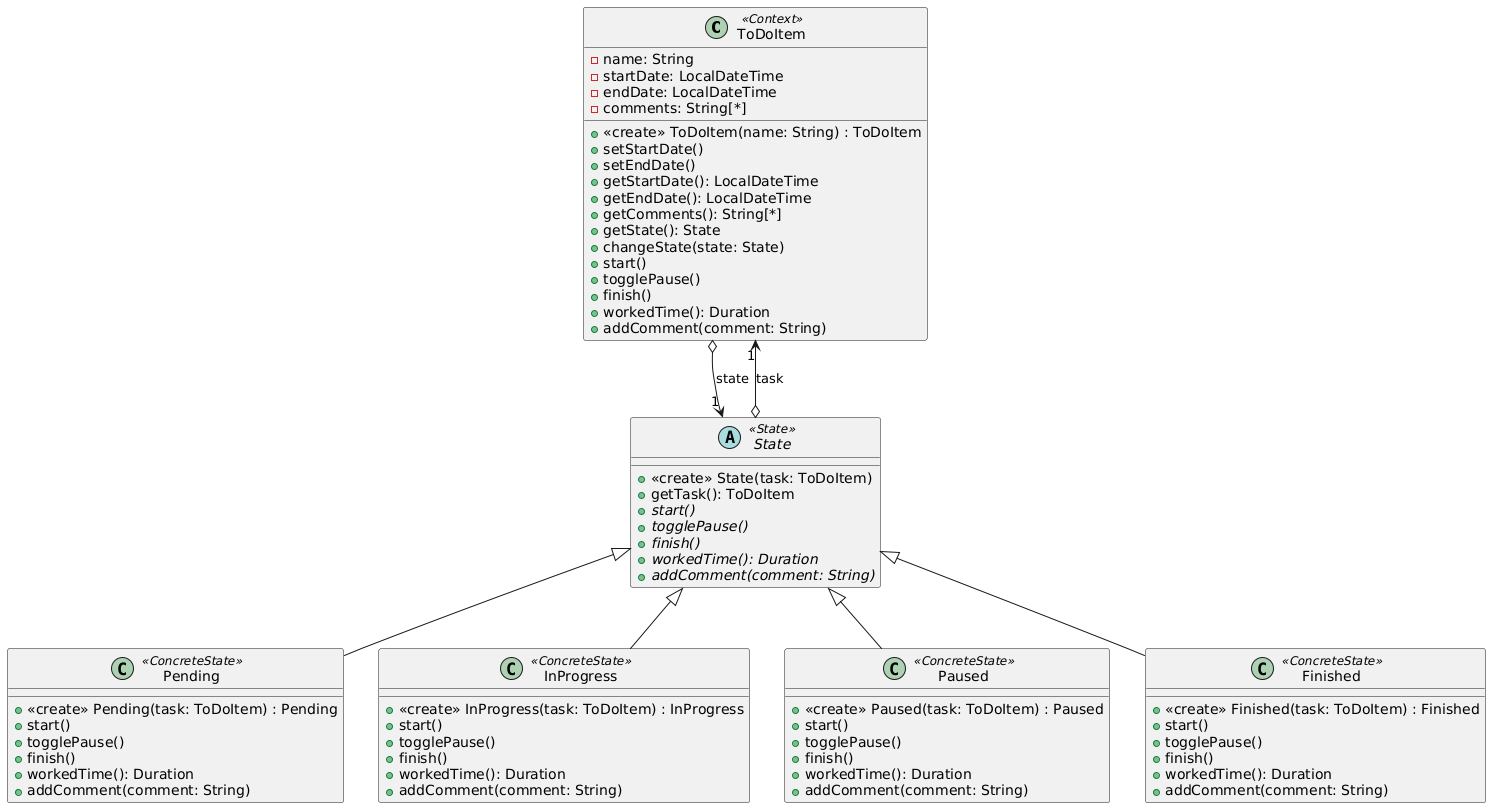
This is UML/Patrones/Ejercicio04-UML.png from MatiasGuaymas/OO2, a PlantUML export, as it was before one commit. Its diagram source:
```plantuml
@startuml
class ToDoItem <<Context>>{
  -name: String
  -startDate: LocalDateTime
  -endDate: LocalDateTime
  -comments: String[*]
  +<<create>> ToDoItem(name: String) : ToDoItem
  +setStartDate()
  +setEndDate()
  +getStartDate(): LocalDateTime
  +getEndDate(): LocalDateTime
  +getComments(): String[*]
  +getState(): State
  +changeState(state: State)
  +start()
  +togglePause()
  +finish()
  +workedTime(): Duration
  +addComment(comment: String)
}

abstract class State <<State>> {
  +<<create>> State(task: ToDoItem)
  +getTask(): ToDoItem
  +{abstract}start()
  +{abstract}togglePause()
  +{abstract}finish()
  +{abstract}workedTime(): Duration
  +{abstract}addComment(comment: String)
}

class Pending <<ConcreteState>>{
  +<<create>> Pending(task: ToDoItem) : Pending
  +start()
  +togglePause()
  +finish()
  +workedTime(): Duration
  +addComment(comment: String)
}

class InProgress <<ConcreteState>>{
  +<<create>> InProgress(task: ToDoItem) : InProgress
  +start()
  +togglePause()
  +finish()
  +workedTime(): Duration
  +addComment(comment: String)
}

class Paused <<ConcreteState>>{
  +<<create>> Paused(task: ToDoItem) : Paused
  +start()
  +togglePause()
  +finish()
  +workedTime(): Duration
  +addComment(comment: String)
}

class Finished <<ConcreteState>>{
  +<<create>> Finished(task: ToDoItem) : Finished
  +start()
  +togglePause()
  +finish()
  +workedTime(): Duration
  +addComment(comment: String)
}

ToDoItem o--> "1" State : state
State o--> "1" ToDoItem : task

State <|-- Pending
State <|-- InProgress
State <|-- Paused
State <|-- Finished
@enduml
```
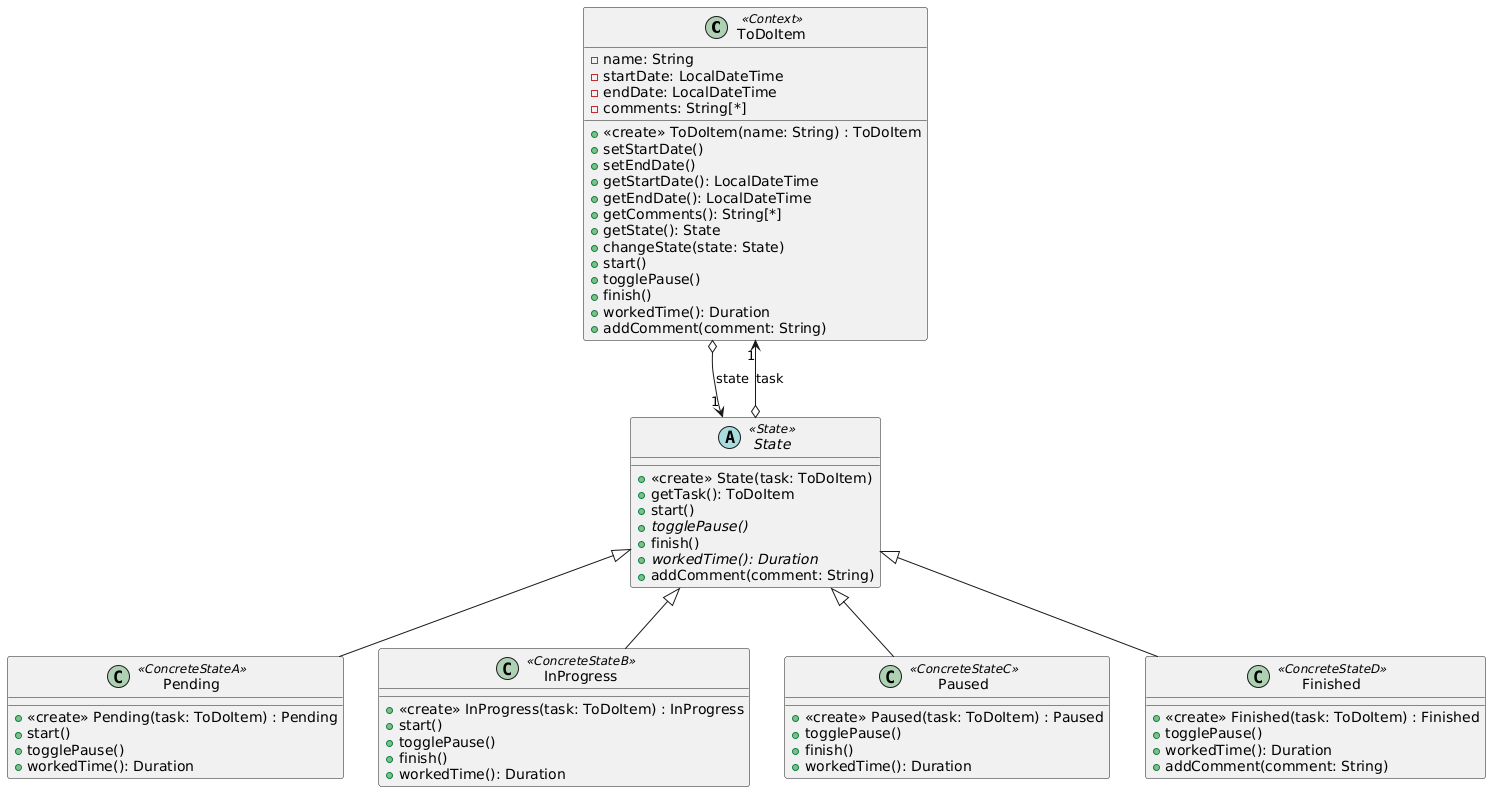
After the change.

The edit, as a diff of the source:
```diff
@@ -22,45 +22,38 @@
 abstract class State <<State>> {
   +<<create>> State(task: ToDoItem)
   +getTask(): ToDoItem
-  +{abstract}start()
+  +start()
   +{abstract}togglePause()
-  +{abstract}finish()
+  +finish()
   +{abstract}workedTime(): Duration
-  +{abstract}addComment(comment: String)
+  +addComment(comment: String)
 }
 
-class Pending <<ConcreteState>>{
+class Pending <<ConcreteStateA>>{
   +<<create>> Pending(task: ToDoItem) : Pending
   +start()
   +togglePause()
-  +finish()
   +workedTime(): Duration
-  +addComment(comment: String)
 }
 
-class InProgress <<ConcreteState>>{
+class InProgress <<ConcreteStateB>>{
   +<<create>> InProgress(task: ToDoItem) : InProgress
   +start()
   +togglePause()
   +finish()
   +workedTime(): Duration
-  +addComment(comment: String)
 }
 
-class Paused <<ConcreteState>>{
+class Paused <<ConcreteStateC>>{
   +<<create>> Paused(task: ToDoItem) : Paused
-  +start()
   +togglePause()
   +finish()
   +workedTime(): Duration
-  +addComment(comment: String)
 }
 
-class Finished <<ConcreteState>>{
+class Finished <<ConcreteStateD>>{
   +<<create>> Finished(task: ToDoItem) : Finished
-  +start()
   +togglePause()
-  +finish()
   +workedTime(): Duration
   +addComment(comment: String)
 }
```
